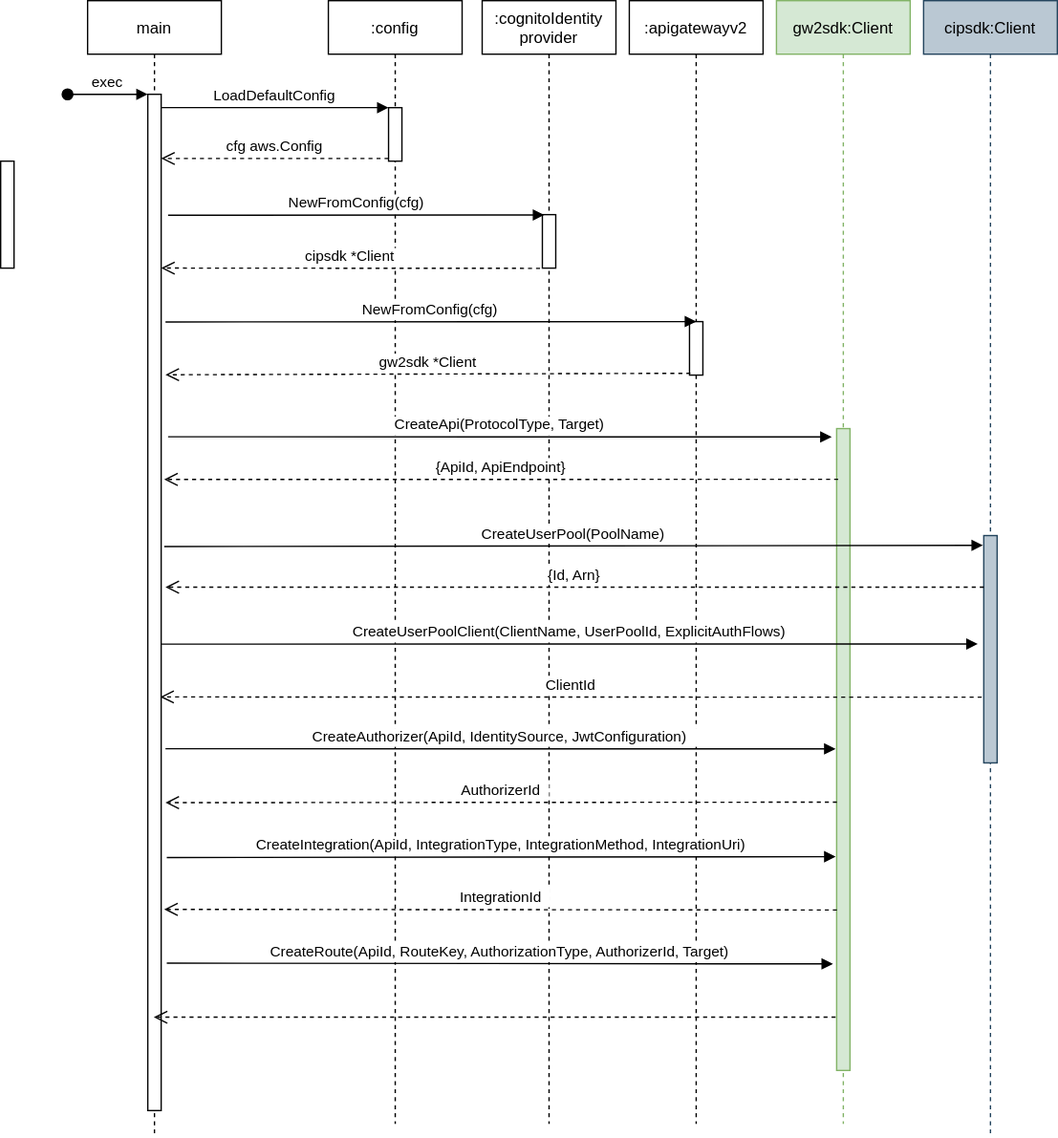
The draw.io diagram tests/fake-httpapi/sequence.svg in patterns/isgood-api, before a commit. Source tidied: cells renumbered, new cells last; positions are measured from the earlier drawing's top-left corner, leaving out a move shared by most shapes.
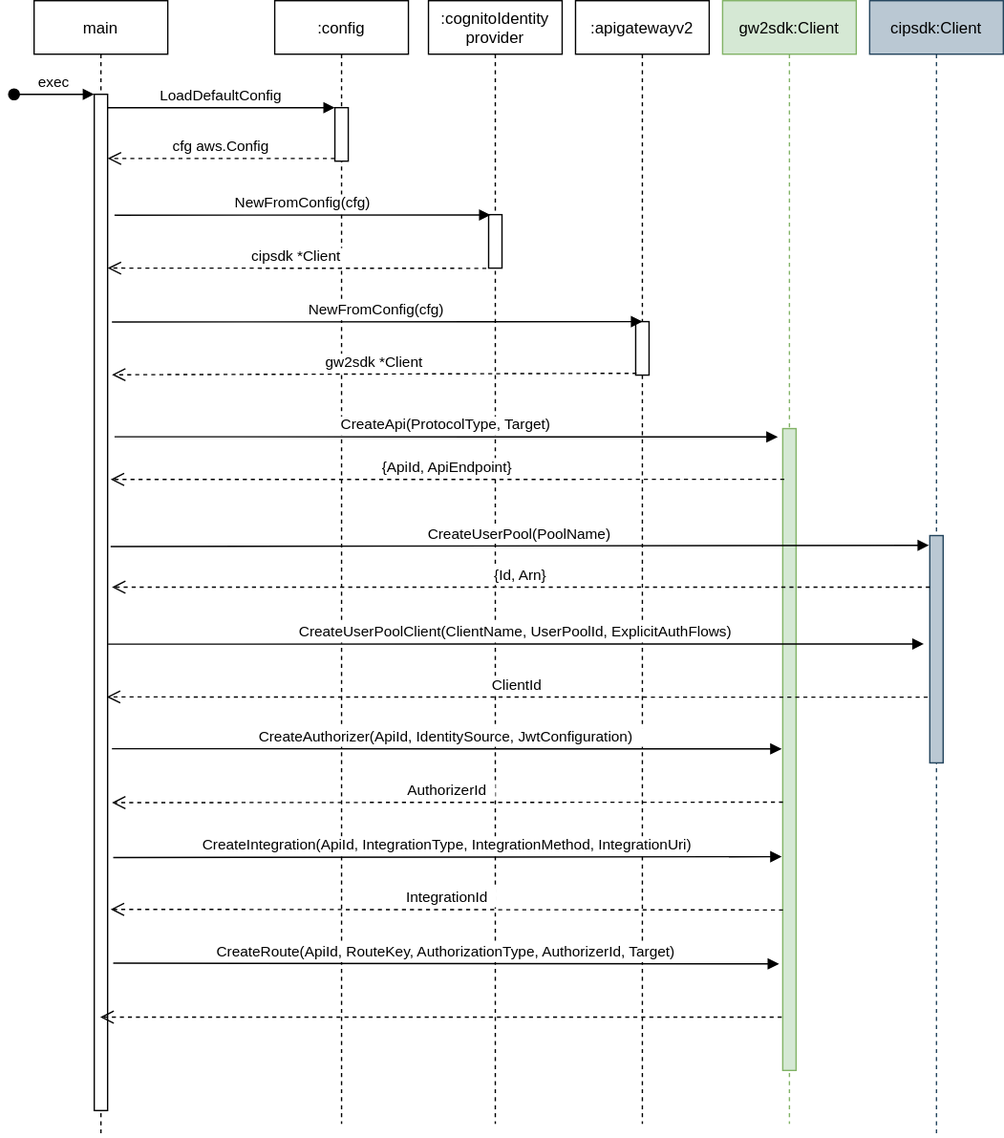
Above is the later version.

Commit message:
remove stray artifact

What changed in the source:
```diff
@@ -49,9 +49,6 @@
     <mxCell id="16" value="cipsdk *Client" style="verticalAlign=bottom;endArrow=open;dashed=1;endSize=8;shadow=0;strokeWidth=1;exitX=-0.173;exitY=1.004;exitDx=0;exitDy=0;exitPerimeter=0;entryX=1;entryY=0.171;entryDx=0;entryDy=0;entryPerimeter=0;" parent="1" edge="1" source="10" target="3">
       <mxGeometry relative="1" as="geometry" />
     </mxCell>
-    <mxCell id="17" style="perimeter=orthogonalPerimeter;rounded=0;shadow=0;strokeWidth=1;" parent="1" vertex="1">
-      <mxGeometry y="120" width="10" height="80" as="geometry" />
-    </mxCell>
     <mxCell id="18" value="gw2sdk:Client" style="shape=umlLifeline;perimeter=lifelinePerimeter;rounded=0;shadow=0;strokeWidth=1;fillColor=#d5e8d4;strokeColor=#82b366;" parent="1" vertex="1">
       <mxGeometry x="580" width="100" height="840" as="geometry" />
     </mxCell>
```
